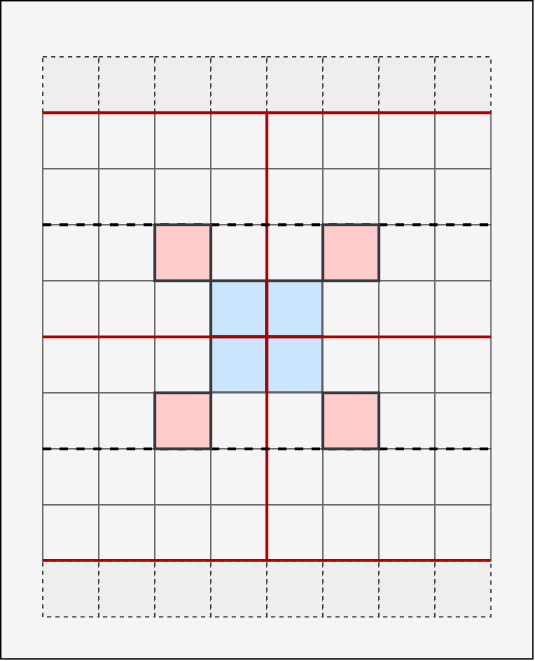
This is docs/games/boardgames/chessault/_chess-template.drawio.svg from FullByte/FullByte.github.io, a draw.io export, as it was before one commit. Source tidied: cells renumbered, new cells last; positions are measured from the earlier drawing's top-left corner, leaving out a move shared by most shapes.
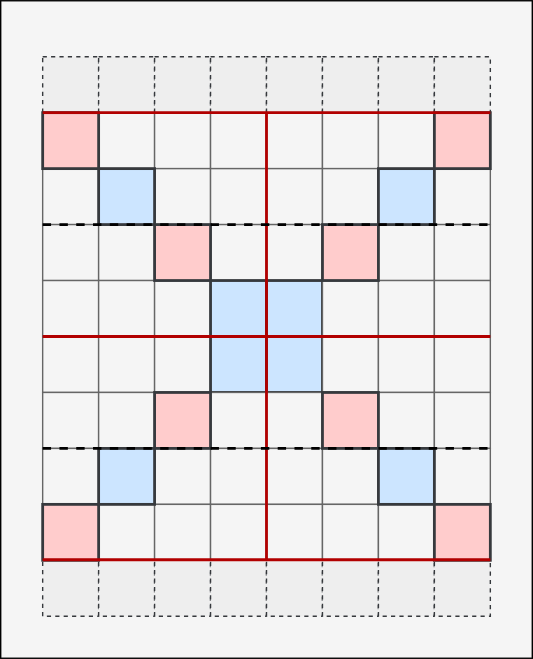
The same diagram one commit later.

Diff of the diagram source:
```diff
@@ -29,9 +29,6 @@
     <mxCell id="10" style="rounded=0;whiteSpace=wrap;html=1;fillColor=#eeeeee;strokeColor=#36393d;dashed=1;" parent="1" vertex="1">
       <mxGeometry x="310" y="40" width="40" height="40" as="geometry" />
     </mxCell>
-    <mxCell id="11" style="rounded=0;whiteSpace=wrap;html=1;fillColor=#f5f5f5;fontColor=#333333;strokeColor=#666666;" parent="1" vertex="1">
-      <mxGeometry x="30" y="80" width="40" height="40" as="geometry" />
-    </mxCell>
     <mxCell id="12" style="rounded=0;whiteSpace=wrap;html=1;fillColor=#f5f5f5;fontColor=#333333;strokeColor=#666666;" parent="1" vertex="1">
       <mxGeometry x="70" y="80" width="40" height="40" as="geometry" />
     </mxCell>
@@ -50,15 +47,9 @@
     <mxCell id="17" style="rounded=0;whiteSpace=wrap;html=1;fillColor=#f5f5f5;fontColor=#333333;strokeColor=#666666;" parent="1" vertex="1">
       <mxGeometry x="270" y="80" width="40" height="40" as="geometry" />
     </mxCell>
-    <mxCell id="18" style="rounded=0;whiteSpace=wrap;html=1;fillColor=#f5f5f5;fontColor=#333333;strokeColor=#666666;" parent="1" vertex="1">
-      <mxGeometry x="310" y="80" width="40" height="40" as="geometry" />
-    </mxCell>
     <mxCell id="19" style="rounded=0;whiteSpace=wrap;html=1;fillColor=#f5f5f5;fontColor=#333333;strokeColor=#666666;" parent="1" vertex="1">
       <mxGeometry x="30" y="120" width="40" height="40" as="geometry" />
     </mxCell>
-    <mxCell id="20" style="rounded=0;whiteSpace=wrap;html=1;fillColor=#f5f5f5;fontColor=#333333;strokeColor=#666666;" parent="1" vertex="1">
-      <mxGeometry x="70" y="120" width="40" height="40" as="geometry" />
-    </mxCell>
     <mxCell id="21" style="rounded=0;whiteSpace=wrap;html=1;fillColor=#f5f5f5;fontColor=#333333;strokeColor=#666666;" parent="1" vertex="1">
       <mxGeometry x="110" y="120" width="40" height="40" as="geometry" />
     </mxCell>
@@ -71,9 +62,6 @@
     <mxCell id="24" style="rounded=0;whiteSpace=wrap;html=1;fillColor=#f5f5f5;fontColor=#333333;strokeColor=#666666;" parent="1" vertex="1">
       <mxGeometry x="230" y="120" width="40" height="40" as="geometry" />
     </mxCell>
-    <mxCell id="25" style="rounded=0;whiteSpace=wrap;html=1;fillColor=#f5f5f5;fontColor=#333333;strokeColor=#666666;" parent="1" vertex="1">
-      <mxGeometry x="270" y="120" width="40" height="40" as="geometry" />
-    </mxCell>
     <mxCell id="26" style="rounded=0;whiteSpace=wrap;html=1;fillColor=#f5f5f5;fontColor=#333333;strokeColor=#666666;" parent="1" vertex="1">
       <mxGeometry x="310" y="120" width="40" height="40" as="geometry" />
     </mxCell>
@@ -164,9 +152,6 @@
     <mxCell id="55" style="rounded=0;whiteSpace=wrap;html=1;fillColor=#f5f5f5;fontColor=#333333;strokeColor=#666666;" parent="1" vertex="1">
       <mxGeometry x="30" y="320" width="40" height="40" as="geometry" />
     </mxCell>
-    <mxCell id="56" style="rounded=0;whiteSpace=wrap;html=1;fillColor=#f5f5f5;fontColor=#333333;strokeColor=#666666;" parent="1" vertex="1">
-      <mxGeometry x="70" y="320" width="40" height="40" as="geometry" />
-    </mxCell>
     <mxCell id="57" style="rounded=0;whiteSpace=wrap;html=1;fillColor=#f5f5f5;fontColor=#333333;strokeColor=#666666;" parent="1" vertex="1">
       <mxGeometry x="110" y="320" width="40" height="40" as="geometry" />
     </mxCell>
@@ -179,15 +164,9 @@
     <mxCell id="60" style="rounded=0;whiteSpace=wrap;html=1;fillColor=#f5f5f5;fontColor=#333333;strokeColor=#666666;" parent="1" vertex="1">
       <mxGeometry x="230" y="320" width="40" height="40" as="geometry" />
     </mxCell>
-    <mxCell id="61" style="rounded=0;whiteSpace=wrap;html=1;fillColor=#f5f5f5;fontColor=#333333;strokeColor=#666666;" parent="1" vertex="1">
-      <mxGeometry x="270" y="320" width="40" height="40" as="geometry" />
-    </mxCell>
     <mxCell id="62" style="rounded=0;whiteSpace=wrap;html=1;fillColor=#f5f5f5;fontColor=#333333;strokeColor=#666666;" parent="1" vertex="1">
       <mxGeometry x="310" y="320" width="40" height="40" as="geometry" />
     </mxCell>
-    <mxCell id="63" style="rounded=0;whiteSpace=wrap;html=1;fillColor=#f5f5f5;fontColor=#333333;strokeColor=#666666;" parent="1" vertex="1">
-      <mxGeometry x="30" y="360" width="40" height="40" as="geometry" />
-    </mxCell>
     <mxCell id="64" style="rounded=0;whiteSpace=wrap;html=1;fillColor=#f5f5f5;fontColor=#333333;strokeColor=#666666;" parent="1" vertex="1">
       <mxGeometry x="70" y="360" width="40" height="40" as="geometry" />
     </mxCell>
@@ -206,9 +185,6 @@
     <mxCell id="69" style="rounded=0;whiteSpace=wrap;html=1;fillColor=#f5f5f5;fontColor=#333333;strokeColor=#666666;" parent="1" vertex="1">
       <mxGeometry x="270" y="360" width="40" height="40" as="geometry" />
     </mxCell>
-    <mxCell id="70" style="rounded=0;whiteSpace=wrap;html=1;fillColor=#f5f5f5;fontColor=#333333;strokeColor=#666666;" parent="1" vertex="1">
-      <mxGeometry x="310" y="360" width="40" height="40" as="geometry" />
-    </mxCell>
     <mxCell id="71" style="rounded=0;whiteSpace=wrap;html=1;fillColor=#eeeeee;strokeColor=#36393d;dashed=1;" parent="1" vertex="1">
       <mxGeometry x="30" y="400" width="40" height="40" as="geometry" />
     </mxCell>
@@ -236,35 +212,11 @@
     <mxCell id="79" style="endArrow=none;html=1;entryX=1;entryY=0;entryDx=0;entryDy=0;exitX=0;exitY=0;exitDx=0;exitDy=0;fillColor=#e51400;strokeColor=#B20000;strokeWidth=2;" parent="1" edge="1" source="41" target="48">
       <mxGeometry relative="1" as="geometry" />
     </mxCell>
-    <mxCell id="80" style="endArrow=none;html=1;entryX=1;entryY=0;entryDx=0;entryDy=0;exitX=0;exitY=0;exitDx=0;exitDy=0;fillColor=#e51400;strokeColor=#B20000;strokeWidth=2;" parent="1" edge="1">
-      <mxGeometry relative="1" as="geometry">
-        <mxPoint x="30" y="399.6" as="sourcePoint" />
-        <mxPoint x="350" y="399.6" as="targetPoint" />
-      </mxGeometry>
-    </mxCell>
-    <mxCell id="81" style="endArrow=none;html=1;entryX=1;entryY=0;entryDx=0;entryDy=0;exitX=0;exitY=0;exitDx=0;exitDy=0;fillColor=#e51400;strokeColor=#B20000;strokeWidth=2;" parent="1" edge="1">
-      <mxGeometry relative="1" as="geometry">
-        <mxPoint x="30" y="80" as="sourcePoint" />
-        <mxPoint x="350" y="80" as="targetPoint" />
-      </mxGeometry>
-    </mxCell>
     <mxCell id="82" style="endArrow=none;html=1;entryX=0;entryY=1;entryDx=0;entryDy=0;fillColor=#e51400;strokeColor=#B20000;strokeWidth=2;" parent="1" edge="1" target="67">
       <mxGeometry relative="1" as="geometry">
         <mxPoint x="190" y="80" as="sourcePoint" />
       </mxGeometry>
     </mxCell>
-    <mxCell id="83" style="endArrow=none;html=1;entryX=1;entryY=0;entryDx=0;entryDy=0;exitX=0;exitY=0;exitDx=0;exitDy=0;strokeWidth=2;dashed=1;" parent="1" edge="1">
-      <mxGeometry relative="1" as="geometry">
-        <mxPoint x="30" y="320" as="sourcePoint" />
-        <mxPoint x="350" y="320" as="targetPoint" />
-      </mxGeometry>
-    </mxCell>
-    <mxCell id="84" style="endArrow=none;html=1;entryX=1;entryY=0;entryDx=0;entryDy=0;exitX=0;exitY=0;exitDx=0;exitDy=0;strokeWidth=2;dashed=1;" parent="1" edge="1">
-      <mxGeometry relative="1" as="geometry">
-        <mxPoint x="30" y="160" as="sourcePoint" />
-        <mxPoint x="350" y="160" as="targetPoint" />
-      </mxGeometry>
-    </mxCell>
     <mxCell id="85" style="rounded=0;whiteSpace=wrap;html=1;fillColor=#ffcccc;strokeColor=#36393d;strokeWidth=2;" parent="1" vertex="1">
       <mxGeometry x="230" y="280" width="40" height="40" as="geometry" />
     </mxCell>
@@ -277,5 +229,53 @@
     <mxCell id="88" style="rounded=0;whiteSpace=wrap;html=1;fillColor=#ffcccc;strokeColor=#36393d;strokeWidth=2;" parent="1" vertex="1">
       <mxGeometry x="110" y="280" width="40" height="40" as="geometry" />
     </mxCell>
+    <mxCell id="89" style="rounded=0;whiteSpace=wrap;html=1;fillColor=#ffcccc;strokeColor=#36393d;strokeWidth=2;" parent="1" vertex="1">
+      <mxGeometry x="30" y="360" width="40" height="40" as="geometry" />
+    </mxCell>
+    <mxCell id="90" style="rounded=0;whiteSpace=wrap;html=1;fillColor=#cce5ff;strokeColor=#36393d;strokeWidth=2;" parent="1" vertex="1">
+      <mxGeometry x="70" y="320" width="40" height="40" as="geometry" />
+    </mxCell>
+    <mxCell id="91" style="rounded=0;whiteSpace=wrap;html=1;fillColor=#cce5ff;strokeColor=#36393d;strokeWidth=2;" parent="1" vertex="1">
+      <mxGeometry x="70" y="120" width="40" height="40" as="geometry" />
+    </mxCell>
+    <mxCell id="92" style="rounded=0;whiteSpace=wrap;html=1;fillColor=#ffcccc;strokeColor=#36393d;strokeWidth=2;" parent="1" vertex="1">
+      <mxGeometry x="30" y="80" width="40" height="40" as="geometry" />
+    </mxCell>
+    <mxCell id="93" style="rounded=0;whiteSpace=wrap;html=1;fillColor=#cce5ff;strokeColor=#36393d;strokeWidth=2;" parent="1" vertex="1">
+      <mxGeometry x="270" y="120" width="40" height="40" as="geometry" />
+    </mxCell>
+    <mxCell id="94" style="rounded=0;whiteSpace=wrap;html=1;fillColor=#ffcccc;strokeColor=#36393d;strokeWidth=2;" parent="1" vertex="1">
+      <mxGeometry x="310" y="80" width="40" height="40" as="geometry" />
+    </mxCell>
+    <mxCell id="95" style="rounded=0;whiteSpace=wrap;html=1;fillColor=#cce5ff;strokeColor=#36393d;strokeWidth=2;" parent="1" vertex="1">
+      <mxGeometry x="270" y="320" width="40" height="40" as="geometry" />
+    </mxCell>
+    <mxCell id="96" style="rounded=0;whiteSpace=wrap;html=1;fillColor=#ffcccc;strokeColor=#36393d;strokeWidth=2;" parent="1" vertex="1">
+      <mxGeometry x="310" y="360" width="40" height="40" as="geometry" />
+    </mxCell>
+    <mxCell id="80" style="endArrow=none;html=1;entryX=1;entryY=0;entryDx=0;entryDy=0;exitX=0;exitY=0;exitDx=0;exitDy=0;fillColor=#e51400;strokeColor=#B20000;strokeWidth=2;" parent="1" edge="1">
+      <mxGeometry relative="1" as="geometry">
+        <mxPoint x="30" y="399.6" as="sourcePoint" />
+        <mxPoint x="350" y="399.6" as="targetPoint" />
+      </mxGeometry>
+    </mxCell>
+    <mxCell id="81" style="endArrow=none;html=1;entryX=1;entryY=0;entryDx=0;entryDy=0;exitX=0;exitY=0;exitDx=0;exitDy=0;fillColor=#e51400;strokeColor=#B20000;strokeWidth=2;" parent="1" edge="1">
+      <mxGeometry relative="1" as="geometry">
+        <mxPoint x="30" y="80" as="sourcePoint" />
+        <mxPoint x="350" y="80" as="targetPoint" />
+      </mxGeometry>
+    </mxCell>
+    <mxCell id="83" style="endArrow=none;html=1;entryX=1;entryY=0;entryDx=0;entryDy=0;exitX=0;exitY=0;exitDx=0;exitDy=0;strokeWidth=2;dashed=1;" parent="1" edge="1">
+      <mxGeometry relative="1" as="geometry">
+        <mxPoint x="30" y="320" as="sourcePoint" />
+        <mxPoint x="350" y="320" as="targetPoint" />
+      </mxGeometry>
+    </mxCell>
+    <mxCell id="84" style="endArrow=none;html=1;entryX=1;entryY=0;entryDx=0;entryDy=0;exitX=0;exitY=0;exitDx=0;exitDy=0;strokeWidth=2;dashed=1;" parent="1" edge="1">
+      <mxGeometry relative="1" as="geometry">
+        <mxPoint x="30" y="160" as="sourcePoint" />
+        <mxPoint x="350" y="160" as="targetPoint" />
+      </mxGeometry>
+    </mxCell>
   </root>
 </mxGraphModel>
```
